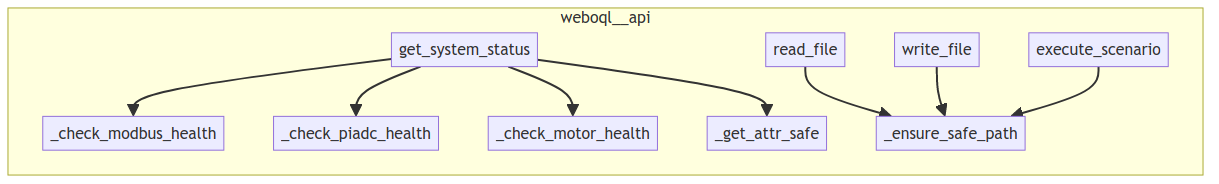
The Mermaid diagram project/calls.png in oqlos/weboql, before a commit. Its source is kept beside it as project/calls.mmd.
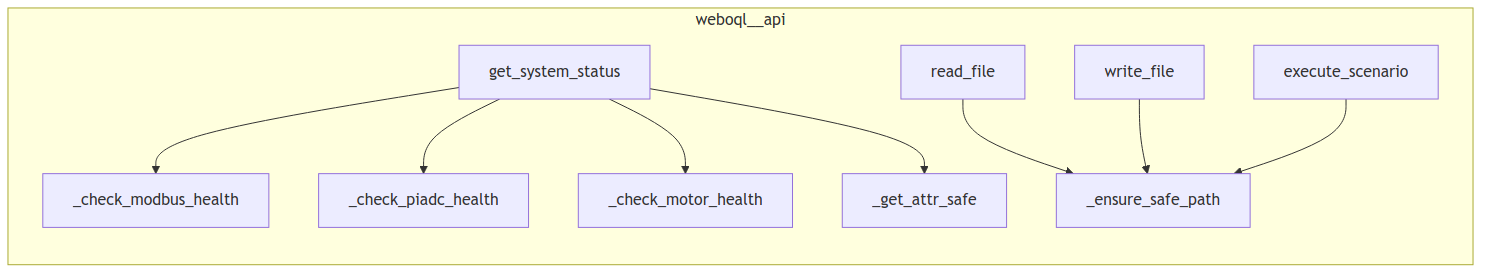
The same file after the commit.

Diff of the diagram source:
```diff
@@ -1,14 +1,14 @@
 flowchart LR
     subgraph weboql__api
+        weboql__api__editor___check_modbus_health["_check_modbus_health"]
+        weboql__api__editor___check_motor_health["_check_motor_health"]
+        weboql__api__editor__execute_scenario["execute_scenario"]
+        weboql__api__editor___check_piadc_health["_check_piadc_health"]
         weboql__api__editor__read_file["read_file"]
-        weboql__api__editor___check_motor_health["_check_motor_health"]
-        weboql__api__editor___check_modbus_health["_check_modbus_health"]
-        weboql__api__editor___check_piadc_health["_check_piadc_health"]
-        weboql__api__editor__execute_scenario["execute_scenario"]
-        weboql__api__editor__get_system_status["get_system_status"]
+        weboql__api__editor__write_file["write_file"]
         weboql__api__editor___ensure_safe_path["_ensure_safe_path"]
         weboql__api__editor___get_attr_safe["_get_attr_safe"]
-        weboql__api__editor__write_file["write_file"]
+        weboql__api__editor__get_system_status["get_system_status"]
     end
     weboql__api__editor__get_system_status --> weboql__api__editor___check_modbus_health
     weboql__api__editor__get_system_status --> weboql__api__editor___check_piadc_health
```
